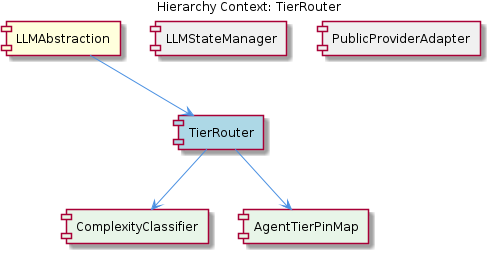
This is knowledge-management/insights/images/tier-router-relationship.png from fwornle/coding, a PlantUML export, as it was before one commit. Its source is kept beside it as .data/knowledge-graph/insights/puml/tier-router-relationship.puml. Its diagram source:
```plantuml
@startuml
!include _standard-style.puml

title Hierarchy Context: TierRouter

[LLMAbstraction] as llmabstraction #FFFFDD
[TierRouter] as tier_router #LightBlue
[LLMStateManager] as llmstate_manager #F0F0F0
[PublicProviderAdapter] as public_provider_adapter #F0F0F0
[ComplexityClassifier] as complexity_classifier #E8F5E8
[AgentTierPinMap] as agent_tier_pin_map #E8F5E8

llmabstraction --> tier_router
llmstate_manager -[hidden]- tier_router
public_provider_adapter -[hidden]- tier_router
tier_router --> complexity_classifier
tier_router --> agent_tier_pin_map

@enduml
```
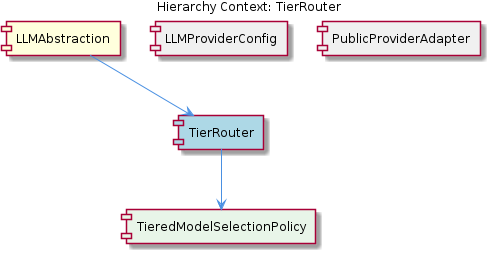
After the change.

The edit, as a diff of the source:
```diff
@@ -5,15 +5,13 @@
 
 [LLMAbstraction] as llmabstraction #FFFFDD
 [TierRouter] as tier_router #LightBlue
-[LLMStateManager] as llmstate_manager #F0F0F0
+[LLMProviderConfig] as llmprovider_config #F0F0F0
 [PublicProviderAdapter] as public_provider_adapter #F0F0F0
-[ComplexityClassifier] as complexity_classifier #E8F5E8
-[AgentTierPinMap] as agent_tier_pin_map #E8F5E8
+[TieredModelSelectionPolicy] as tiered_model_selection_policy #E8F5E8
 
 llmabstraction --> tier_router
-llmstate_manager -[hidden]- tier_router
+llmprovider_config -[hidden]- tier_router
 public_provider_adapter -[hidden]- tier_router
-tier_router --> complexity_classifier
-tier_router --> agent_tier_pin_map
+tier_router --> tiered_model_selection_policy
 
 @enduml
```
